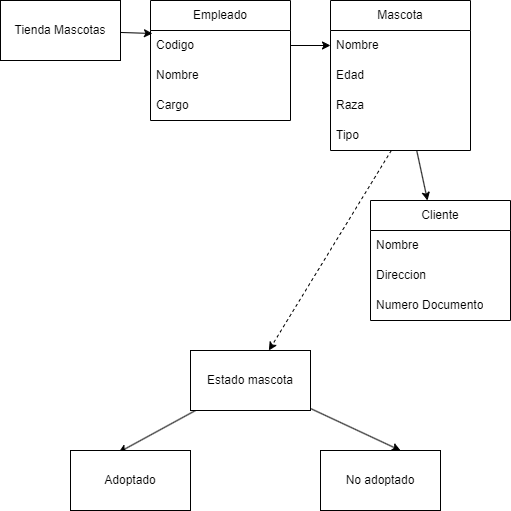
Jpmejia11/tiendamascota keeps this draw.io diagram as src/TuMascota.drawio.png. Above is the earlier version. Source tidied: cells renumbered, new cells last; positions are measured from the earlier drawing's top-left corner, leaving out a move shared by most shapes.
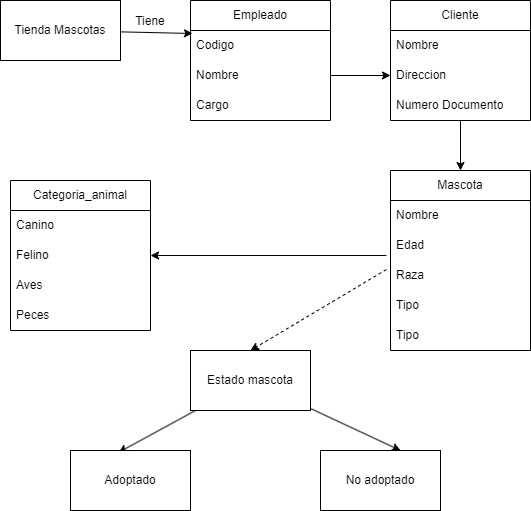
After the commit.

Commit message:
Actualiza diagrama

What changed in the source:
```diff
@@ -3,7 +3,7 @@
     <mxCell id="0" />
     <mxCell id="1" parent="0" />
     <mxCell id="2" value="Empleado" style="swimlane;fontStyle=0;horizontal=1;startSize=30;whiteSpace=wrap;html=1;" parent="1" vertex="1">
-      <mxGeometry x="150" width="140" height="120" as="geometry" />
+      <mxGeometry x="190" width="140" height="120" as="geometry" />
     </mxCell>
     <mxCell id="3" value="Codigo&lt;span style=&quot;white-space: pre;&quot;&gt;&#9;&lt;/span&gt;" style="text;strokeColor=none;fillColor=none;align=left;verticalAlign=middle;spacingLeft=4;spacingRight=4;overflow=hidden;points=[[0,0.5],[1,0.5]];portConstraint=eastwest;whiteSpace=wrap;html=1;" parent="2" vertex="1">
       <mxGeometry y="30" width="140" height="30" as="geometry" />
@@ -20,11 +20,8 @@
     <mxCell id="7" value="Tienda Mascotas" style="rounded=0;whiteSpace=wrap;html=1;" parent="1" vertex="1">
       <mxGeometry width="120" height="60" as="geometry" />
     </mxCell>
-    <mxCell id="8" style="edgeStyle=none;html=1;" parent="1" edge="1" source="9" target="14">
-      <mxGeometry relative="1" as="geometry" />
-    </mxCell>
     <mxCell id="9" value="Mascota" style="swimlane;fontStyle=0;horizontal=1;startSize=30;whiteSpace=wrap;html=1;" parent="1" vertex="1">
-      <mxGeometry x="330" width="140" height="150" as="geometry" />
+      <mxGeometry x="390" y="170" width="140" height="180" as="geometry" />
     </mxCell>
     <mxCell id="10" value="Nombre" style="text;strokeColor=none;fillColor=none;align=left;verticalAlign=middle;spacingLeft=4;spacingRight=4;overflow=hidden;points=[[0,0.5],[1,0.5]];portConstraint=eastwest;whiteSpace=wrap;html=1;" parent="9" vertex="1">
       <mxGeometry y="30" width="140" height="30" as="geometry" />
@@ -35,11 +32,17 @@
     <mxCell id="12" value="Raza" style="text;strokeColor=none;fillColor=none;align=left;verticalAlign=middle;spacingLeft=4;spacingRight=4;overflow=hidden;points=[[0,0.5],[1,0.5]];portConstraint=eastwest;whiteSpace=wrap;html=1;" parent="9" vertex="1">
       <mxGeometry y="90" width="140" height="30" as="geometry" />
     </mxCell>
+    <mxCell id="25" value="Tipo" style="text;strokeColor=none;fillColor=none;align=left;verticalAlign=middle;spacingLeft=4;spacingRight=4;overflow=hidden;whiteSpace=wrap;html=1;" parent="9" vertex="1">
+      <mxGeometry y="120" width="140" height="30" as="geometry" />
+    </mxCell>
     <mxCell id="13" value="Tipo" style="text;strokeColor=none;fillColor=none;align=left;verticalAlign=middle;spacingLeft=4;spacingRight=4;overflow=hidden;points=[[0,0.5],[1,0.5]];portConstraint=eastwest;whiteSpace=wrap;html=1;" parent="9" vertex="1">
-      <mxGeometry y="120" width="140" height="30" as="geometry" />
+      <mxGeometry y="150" width="140" height="30" as="geometry" />
     </mxCell>
+    <mxCell id="26" style="edgeStyle=none;html=1;entryX=0.5;entryY=0;entryDx=0;entryDy=0;" parent="1" edge="1" source="14" target="9">
+      <mxGeometry relative="1" as="geometry" />
+    </mxCell>
     <mxCell id="14" value="Cliente" style="swimlane;fontStyle=0;horizontal=1;startSize=30;whiteSpace=wrap;html=1;" parent="1" vertex="1">
-      <mxGeometry x="370" y="200" width="140" height="120" as="geometry" />
+      <mxGeometry x="390" width="140" height="120" as="geometry" />
     </mxCell>
     <mxCell id="15" value="Nombre" style="text;strokeColor=none;fillColor=none;align=left;verticalAlign=middle;spacingLeft=4;spacingRight=4;overflow=hidden;whiteSpace=wrap;html=1;" parent="14" vertex="1">
       <mxGeometry y="30" width="140" height="30" as="geometry" />
@@ -65,11 +68,32 @@
     <mxCell id="22" value="No adoptado" style="rounded=0;whiteSpace=wrap;html=1;" parent="1" vertex="1">
       <mxGeometry x="320" y="450" width="120" height="60" as="geometry" />
     </mxCell>
-    <mxCell id="23" style="edgeStyle=none;html=1;entryX=0;entryY=0.5;entryDx=0;entryDy=0;" parent="1" edge="1" source="3" target="10">
-      <mxGeometry relative="1" as="geometry" />
-    </mxCell>
-    <mxCell id="24" style="edgeStyle=none;html=1;dashed=1;" parent="1" edge="1" source="13" target="20">
-      <mxGeometry relative="1" as="geometry" />
-    </mxCell>
+    <mxCell id="27" value="Categoria_animal" style="swimlane;fontStyle=0;horizontal=1;startSize=30;whiteSpace=wrap;html=1;" parent="1" vertex="1">
+      <mxGeometry x="10" y="180" width="140" height="150" as="geometry" />
+    </mxCell>
+    <mxCell id="28" value="Canino" style="text;strokeColor=none;fillColor=none;align=left;verticalAlign=middle;spacingLeft=4;spacingRight=4;overflow=hidden;whiteSpace=wrap;html=1;" parent="27" vertex="1">
+      <mxGeometry y="30" width="140" height="30" as="geometry" />
+    </mxCell>
+    <mxCell id="29" value="Felino" style="text;strokeColor=none;fillColor=none;align=left;verticalAlign=middle;spacingLeft=4;spacingRight=4;overflow=hidden;points=[[0,0.5],[1,0.5]];portConstraint=eastwest;whiteSpace=wrap;html=1;" parent="27" vertex="1">
+      <mxGeometry y="60" width="140" height="30" as="geometry" />
+    </mxCell>
+    <mxCell id="30" value="Aves" style="text;strokeColor=none;fillColor=none;align=left;verticalAlign=middle;spacingLeft=4;spacingRight=4;overflow=hidden;whiteSpace=wrap;html=1;" parent="27" vertex="1">
+      <mxGeometry y="90" width="140" height="30" as="geometry" />
+    </mxCell>
+    <mxCell id="31" value="Peces" style="text;strokeColor=none;fillColor=none;align=left;verticalAlign=middle;spacingLeft=4;spacingRight=4;overflow=hidden;whiteSpace=wrap;html=1;" parent="27" vertex="1">
+      <mxGeometry y="120" width="140" height="30" as="geometry" />
+    </mxCell>
+    <mxCell id="32" style="edgeStyle=none;html=1;entryX=1;entryY=0.5;entryDx=0;entryDy=0;exitX=-0.029;exitY=0.833;exitDx=0;exitDy=0;exitPerimeter=0;" parent="1" edge="1" source="11" target="29">
+      <mxGeometry relative="1" as="geometry" />
+    </mxCell>
+    <mxCell id="33" value="Tiene" style="text;html=1;strokeColor=none;fillColor=none;align=center;verticalAlign=middle;whiteSpace=wrap;rounded=0;" parent="1" vertex="1">
+      <mxGeometry x="120" y="6" width="60" height="30" as="geometry" />
+    </mxCell>
+    <mxCell id="34" style="edgeStyle=none;html=1;entryX=0;entryY=0.5;entryDx=0;entryDy=0;" parent="1" edge="1" source="4" target="16">
+      <mxGeometry relative="1" as="geometry" />
+    </mxCell>
+    <mxCell id="35" style="edgeStyle=none;html=1;entryX=0.5;entryY=0;entryDx=0;entryDy=0;dashed=1;exitX=-0.029;exitY=0.3;exitDx=0;exitDy=0;exitPerimeter=0;" parent="1" edge="1" source="12" target="20">
+      <mxGeometry relative="1" as="geometry" />
+    </mxCell>
   </root>
 </mxGraphModel>
```
